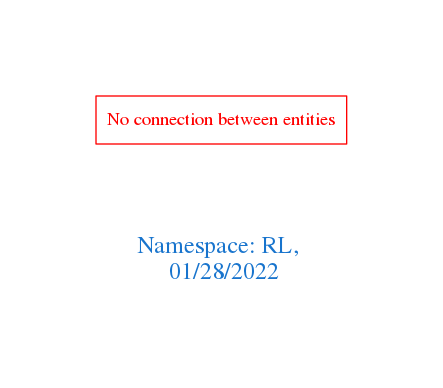
arago/OGIT keeps this Graphviz diagram as downloads/RL.png. Above is the earlier version. Its source is kept beside it as downloads/RL.dot.
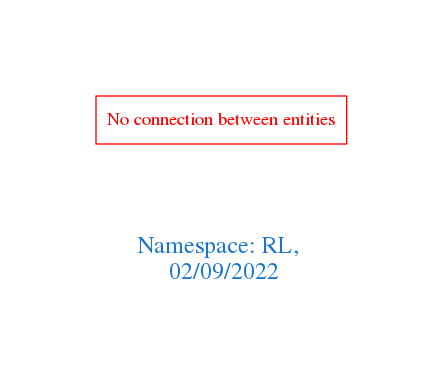
Above is the later version.

Change to the diagram source:
```diff
@@ -1,7 +1,7 @@
 digraph OGIT_ontology {
  graph [ rankdir= LR,pad=1
 fontsize = 18,
-fontcolor= dodgerblue3,label = "\n\n\nNamespace: RL, \n 01/28/2022"];
+fontcolor= dodgerblue3,label = "\n\n\nNamespace: RL, \n 02/09/2022"];
 node[shape=polygon];
 edge [  color="gray81"];
 
```
